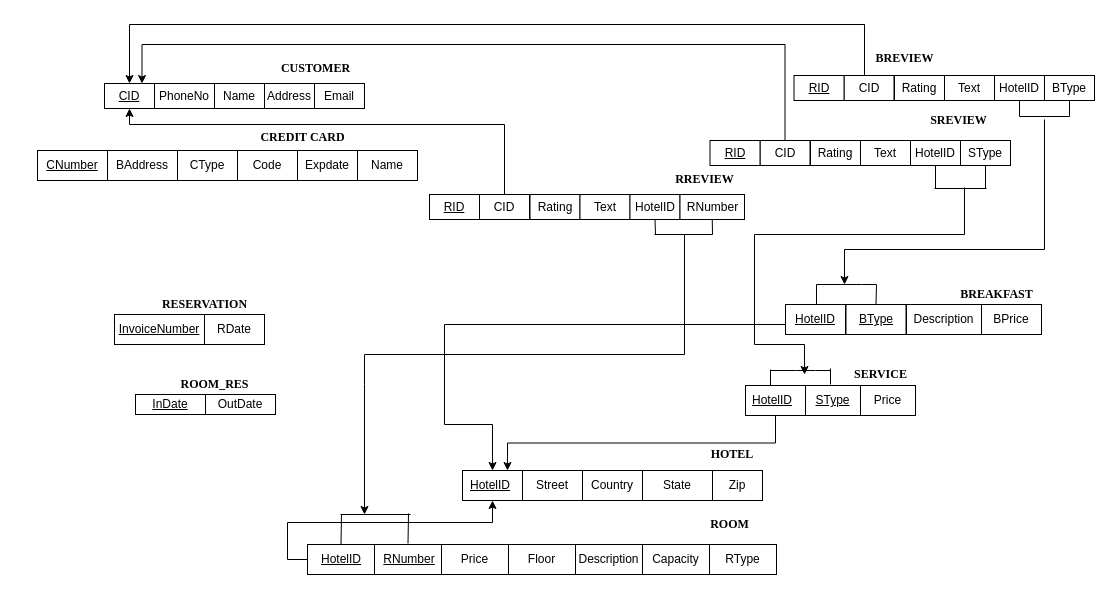
The draw.io diagram ProjectDeliverable2.drawio in susbiswas/njit-dbms-project2, before the edit. Source tidied: cells renumbered, new cells numbered last; positions are measured from the earlier drawing's top-left corner, leaving out a move shared by most shapes. Both pictures are drawn from the tidied source at 100%, with x=0, y=0 at pixel (37, 24).
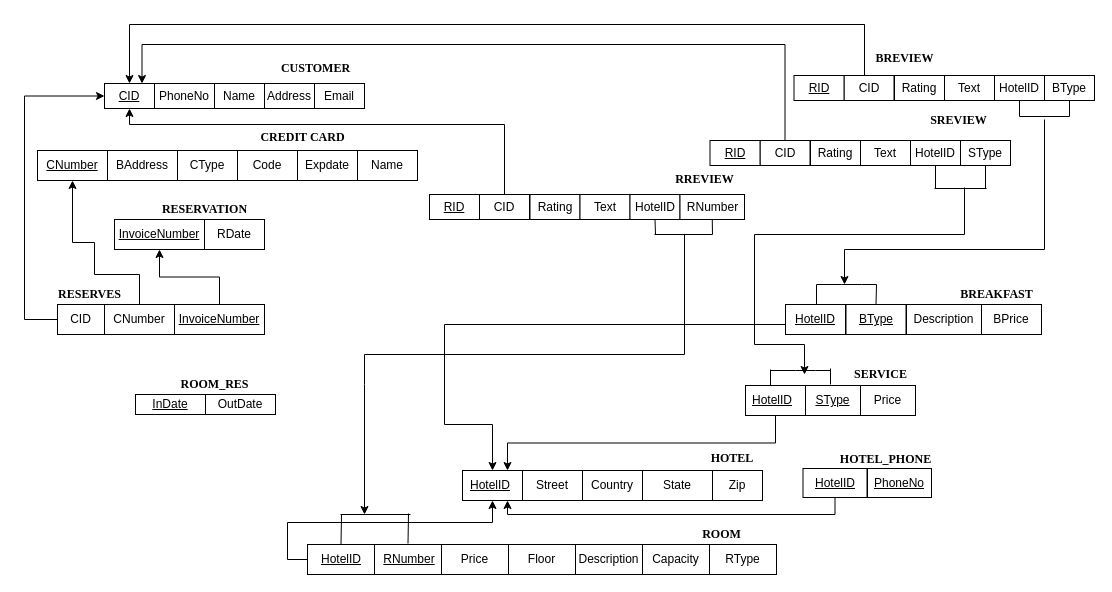
Above is the later version.

Unchanged cells that the change refers to:
```xml
<mxCell id="2" style="rounded=0;whiteSpace=wrap;html=1;" parent="1" vertex="1">
  <mxGeometry x="425" y="446" width="60" height="30" as="geometry" />
</mxCell>
<mxCell id="20" value="&lt;u&gt;CID&lt;/u&gt;" style="rounded=0;whiteSpace=wrap;html=1;" parent="1" vertex="1">
  <mxGeometry x="67" y="59" width="50" height="25" as="geometry" />
</mxCell>
<mxCell id="25" value="&lt;u&gt;CNumber&lt;/u&gt;" style="rounded=0;whiteSpace=wrap;html=1;" parent="1" vertex="1">
  <mxGeometry y="126" width="70" height="30" as="geometry" />
</mxCell>
```

The edit, as a diff of the source:
```diff
@@
     <mxCell id="8" value="&lt;font face=&quot;Times New Roman&quot;&gt;&lt;b&gt;HOTEL&lt;/b&gt;&lt;/font&gt;" style="text;html=1;strokeColor=none;fillColor=none;align=center;verticalAlign=middle;whiteSpace=wrap;rounded=0;" parent="1" vertex="1">
-      <mxGeometry x="675" y="420" width="40" height="20" as="geometry" />
+      <mxGeometry x="675" y="424" width="40" height="20" as="geometry" />
     </mxCell>
@@
     <mxCell id="19" value="&lt;font face=&quot;Times New Roman&quot;&gt;&lt;b&gt;ROOM&lt;/b&gt;&lt;/font&gt;" style="text;html=1;align=center;verticalAlign=middle;" parent="1" vertex="1">
-      <mxGeometry x="667" y="490" width="50" height="20" as="geometry" />
+      <mxGeometry x="659" y="500" width="50" height="20" as="geometry" />
     </mxCell>
@@
     <mxCell id="31" value="&lt;u&gt;InvoiceNumber&lt;/u&gt;" style="rounded=0;whiteSpace=wrap;html=1;" parent="1" vertex="1">
-      <mxGeometry x="77" y="290" width="90" height="30" as="geometry" />
+      <mxGeometry x="77" y="195" width="90" height="30" as="geometry" />
     </mxCell>
     <mxCell id="32" value="RDate" style="rounded=0;whiteSpace=wrap;html=1;" parent="1" vertex="1">
-      <mxGeometry x="167" y="290" width="60" height="30" as="geometry" />
+      <mxGeometry x="167" y="195" width="60" height="30" as="geometry" />
     </mxCell>
@@
     <mxCell id="35" value="&lt;font face=&quot;Times New Roman&quot;&gt;&lt;b&gt;RESERVATION&lt;/b&gt;&lt;/font&gt;" style="text;html=1;align=center;verticalAlign=middle;" parent="1" vertex="1">
-      <mxGeometry x="117" y="270" width="100" height="20" as="geometry" />
+      <mxGeometry x="117" y="175" width="100" height="20" as="geometry" />
     </mxCell>
@@
+    <mxCell id="97" style="edgeStyle=orthogonalEdgeStyle;rounded=0;jettySize=auto;html=1;exitX=0.5;exitY=1;exitDx=0;exitDy=0;entryX=0.75;entryY=1;entryDx=0;entryDy=0;" parent="1" edge="1" source="98" target="2">
+      <mxGeometry relative="1" as="geometry">
+        <Array as="points">
+          <mxPoint x="798" y="490" />
+          <mxPoint x="470" y="490" />
+        </Array>
+      </mxGeometry>
+    </mxCell>
+    <mxCell id="98" value="&lt;u&gt;HotelID&lt;/u&gt;" style="rounded=0;whiteSpace=wrap;html=1;" parent="1" vertex="1">
+      <mxGeometry x="765.5" y="444" width="64" height="29" as="geometry" />
+    </mxCell>
+    <mxCell id="99" value="&lt;u&gt;PhoneNo&lt;/u&gt;" style="rounded=0;whiteSpace=wrap;html=1;" parent="1" vertex="1">
+      <mxGeometry x="830" y="444" width="64" height="29" as="geometry" />
+    </mxCell>
+    <mxCell id="100" value="&lt;font face=&quot;Times New Roman&quot;&gt;&lt;b&gt;HOTEL_PHONE&lt;/b&gt;&lt;/font&gt;" style="text;html=1;align=center;verticalAlign=middle;" parent="1" vertex="1">
+      <mxGeometry x="793" y="425" width="110" height="20" as="geometry" />
+    </mxCell>
+    <mxCell id="101" style="edgeStyle=orthogonalEdgeStyle;rounded=0;jettySize=auto;html=1;exitX=0;exitY=0.5;exitDx=0;exitDy=0;entryX=0;entryY=0.5;entryDx=0;entryDy=0;" parent="1" edge="1" source="102" target="20">
+      <mxGeometry relative="1" as="geometry">
+        <Array as="points">
+          <mxPoint x="-13" y="295" />
+          <mxPoint x="-13" y="72" />
+        </Array>
+      </mxGeometry>
+    </mxCell>
+    <mxCell id="102" value="CID" style="rounded=0;whiteSpace=wrap;html=1;" parent="1" vertex="1">
+      <mxGeometry x="20" y="280" width="47" height="30" as="geometry" />
+    </mxCell>
+    <mxCell id="103" style="edgeStyle=orthogonalEdgeStyle;rounded=0;jettySize=auto;html=1;exitX=0.5;exitY=0;exitDx=0;exitDy=0;entryX=0.5;entryY=1;entryDx=0;entryDy=0;" parent="1" edge="1" source="104" target="25">
+      <mxGeometry relative="1" as="geometry">
+        <Array as="points">
+          <mxPoint x="102" y="250" />
+          <mxPoint x="57" y="250" />
+          <mxPoint x="57" y="218" />
+          <mxPoint x="35" y="218" />
+        </Array>
+      </mxGeometry>
+    </mxCell>
+    <mxCell id="104" value="CNumber" style="rounded=0;whiteSpace=wrap;html=1;" parent="1" vertex="1">
+      <mxGeometry x="67" y="280" width="70" height="30" as="geometry" />
+    </mxCell>
+    <mxCell id="105" style="edgeStyle=orthogonalEdgeStyle;rounded=0;jettySize=auto;html=1;exitX=0.5;exitY=0;exitDx=0;exitDy=0;entryX=0.5;entryY=1;entryDx=0;entryDy=0;" parent="1" edge="1" source="106" target="31">
+      <mxGeometry relative="1" as="geometry" />
+    </mxCell>
+    <mxCell id="106" value="&lt;u&gt;InvoiceNumber&lt;/u&gt;" style="rounded=0;whiteSpace=wrap;html=1;" parent="1" vertex="1">
+      <mxGeometry x="137" y="280" width="90" height="30" as="geometry" />
+    </mxCell>
+    <mxCell id="107" value="&lt;font face=&quot;Times New Roman&quot;&gt;&lt;b&gt;RESERVES&lt;/b&gt;&lt;/font&gt;" style="text;html=1;align=center;verticalAlign=middle;" parent="1" vertex="1">
+      <mxGeometry x="11.5" y="260" width="80" height="20" as="geometry" />
+    </mxCell>
```
